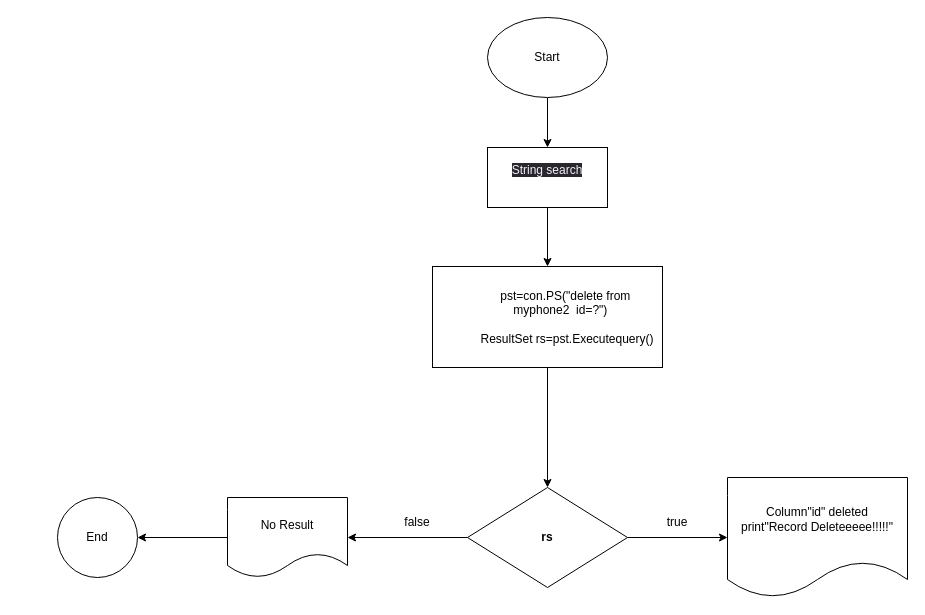
Before: delete.drawio in khanh8603/khanh8603, a draw.io diagram. Source tidied: cells renumbered, new cells numbered last; positions are measured from the earlier drawing's top-left corner, leaving out a move shared by most shapes. Both pictures are drawn from the tidied source at 100%, with x=0, y=0 at pixel (57, 17).
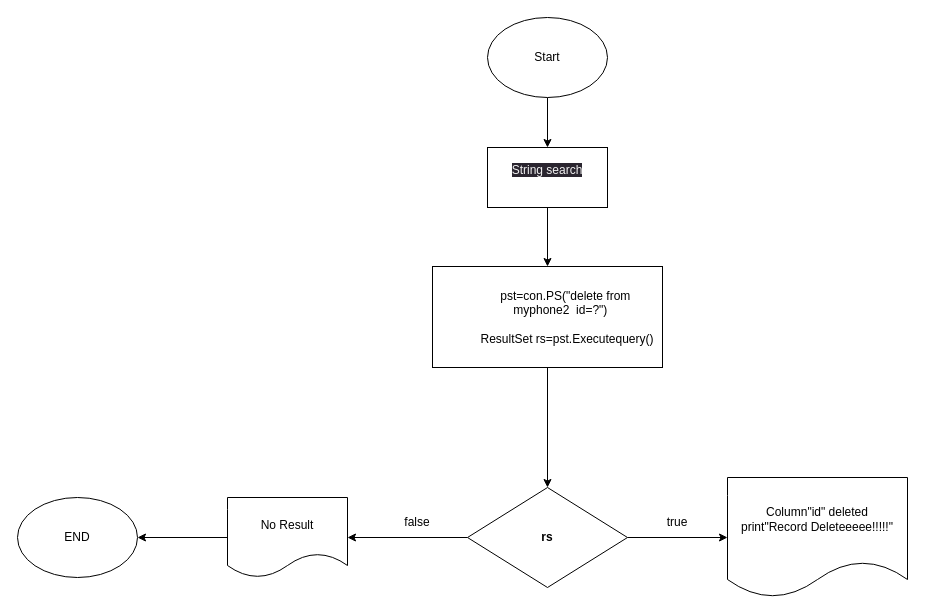
Above is the later version.

Commit message:
Cập nhật delete.drawio

Change to the diagram source:
```diff
@@
 <mxGraphModel>
   <root>
     <mxCell id="0" />
     <mxCell id="1" parent="0" />
     <mxCell id="2" style="edgeStyle=orthogonalEdgeStyle;rounded=0;jettySize=auto;html=1;entryX=0.5;entryY=0;entryDx=0;entryDy=0;" parent="1" edge="1" source="3" target="15">
       <mxGeometry relative="1" as="geometry" />
     </mxCell>
     <mxCell id="3" value="Start" style="ellipse;whiteSpace=wrap;html=1;" parent="1" vertex="1">
       <mxGeometry x="430" width="120" height="80" as="geometry" />
     </mxCell>
     <mxCell id="4" style="edgeStyle=orthogonalEdgeStyle;rounded=0;jettySize=auto;html=1;exitX=0.5;exitY=1;exitDx=0;exitDy=0;" parent="1" edge="1" source="15" target="6">
       <mxGeometry relative="1" as="geometry" />
     </mxCell>
     <mxCell id="5" style="edgeStyle=orthogonalEdgeStyle;rounded=0;jettySize=auto;html=1;" parent="1" edge="1" source="6" target="9">
       <mxGeometry relative="1" as="geometry" />
     </mxCell>
     <mxCell id="6" value="&lt;span style=&quot;text-align: left;&quot;&gt;&amp;nbsp; &amp;nbsp; &amp;nbsp; &amp;nbsp; &amp;nbsp; &amp;nbsp;pst=con.PS(&quot;delete from&lt;/span&gt;&lt;br style=&quot;text-align: left;&quot;&gt;&lt;span style=&quot;text-align: left;&quot;&gt;&amp;nbsp; &amp;nbsp; &amp;nbsp; &amp;nbsp; myphone2&amp;nbsp; id=?&quot;)&lt;/span&gt;&lt;br style=&quot;text-align: left;&quot;&gt;&lt;span style=&quot;text-align: left;&quot;&gt;&amp;nbsp; &amp;nbsp; &amp;nbsp; &amp;nbsp; &amp;nbsp;&amp;nbsp;&lt;/span&gt;&lt;br style=&quot;text-align: left;&quot;&gt;&lt;span style=&quot;text-align: left;&quot;&gt;&amp;nbsp; &amp;nbsp; &amp;nbsp; &amp;nbsp; &amp;nbsp; &amp;nbsp; ResultSet rs=pst.Executequery()&lt;/span&gt;" style="rounded=0;whiteSpace=wrap;html=1;" parent="1" vertex="1">
       <mxGeometry x="375" y="249" width="230" height="101" as="geometry" />
     </mxCell>
     <mxCell id="7" style="edgeStyle=orthogonalEdgeStyle;rounded=0;jettySize=auto;html=1;" parent="1" edge="1" source="9" target="12">
       <mxGeometry relative="1" as="geometry" />
     </mxCell>
     <mxCell id="8" style="edgeStyle=orthogonalEdgeStyle;rounded=0;jettySize=auto;html=1;" parent="1" edge="1" source="9" target="10">
       <mxGeometry relative="1" as="geometry" />
     </mxCell>
     <mxCell id="9" value="&lt;b&gt;rs&lt;/b&gt;" style="rhombus;whiteSpace=wrap;html=1;" parent="1" vertex="1">
       <mxGeometry x="410" y="470" width="160" height="100" as="geometry" />
     </mxCell>
     <mxCell id="10" value="Column&quot;id&quot; deleted&lt;br&gt;print&quot;Record Deleteeeee!!!!!&quot;" style="shape=document;whiteSpace=wrap;html=1;boundedLbl=1;" parent="1" vertex="1">
       <mxGeometry x="670" y="460" width="180" height="120" as="geometry" />
     </mxCell>
-    <mxCell id="11" style="edgeStyle=orthogonalEdgeStyle;rounded=0;jettySize=auto;html=1;entryX=1;entryY=0.5;entryDx=0;entryDy=0;exitX=0;exitY=0.5;exitDx=0;exitDy=0;" parent="1" edge="1" source="12" target="16">
+    <mxCell id="11" style="edgeStyle=orthogonalEdgeStyle;rounded=0;jettySize=auto;html=1;entryX=1;entryY=0.5;entryDx=0;entryDy=0;exitX=0;exitY=0.5;exitDx=0;exitDy=0;" parent="1" edge="1" source="12" target="17">
       <mxGeometry relative="1" as="geometry" />
     </mxCell>
     <mxCell id="12" value="No Result" style="shape=document;whiteSpace=wrap;html=1;boundedLbl=1;" parent="1" vertex="1">
       <mxGeometry x="170" y="480" width="120" height="80" as="geometry" />
     </mxCell>
     <mxCell id="13" value="true" style="text;html=1;strokeColor=none;fillColor=none;align=center;verticalAlign=middle;whiteSpace=wrap;rounded=0;" parent="1" vertex="1">
       <mxGeometry x="590" y="490" width="60" height="30" as="geometry" />
     </mxCell>
     <mxCell id="14" value="false" style="text;html=1;strokeColor=none;fillColor=none;align=center;verticalAlign=middle;whiteSpace=wrap;rounded=0;" parent="1" vertex="1">
       <mxGeometry x="330" y="490" width="60" height="30" as="geometry" />
     </mxCell>
     <mxCell id="15" value="&#10;&lt;span style=&quot;color: rgb(240, 240, 240); font-family: Helvetica; font-size: 12px; font-style: normal; font-variant-ligatures: normal; font-variant-caps: normal; font-weight: 400; letter-spacing: normal; orphans: 2; text-align: center; text-indent: 0px; text-transform: none; widows: 2; word-spacing: 0px; -webkit-text-stroke-width: 0px; background-color: rgb(42, 37, 47); text-decoration-thickness: initial; text-decoration-style: initial; text-decoration-color: initial; float: none; display: inline !important;&quot;&gt;String search&lt;/span&gt;&#10;&#10;" style="rounded=0;whiteSpace=wrap;html=1;" parent="1" vertex="1">
       <mxGeometry x="430" y="130" width="120" height="60" as="geometry" />
     </mxCell>
-    <mxCell id="16" value="End" style="ellipse;whiteSpace=wrap;html=1;" parent="1" vertex="1">
-      <mxGeometry y="480" width="80" height="80" as="geometry" />
-    </mxCell>
+    <mxCell id="17" value="END" style="ellipse;whiteSpace=wrap;html=1;" parent="1" vertex="1">
+      <mxGeometry x="-40" y="480" width="120" height="80" as="geometry" />
+    </mxCell>
   </root>
 </mxGraphModel>
```
